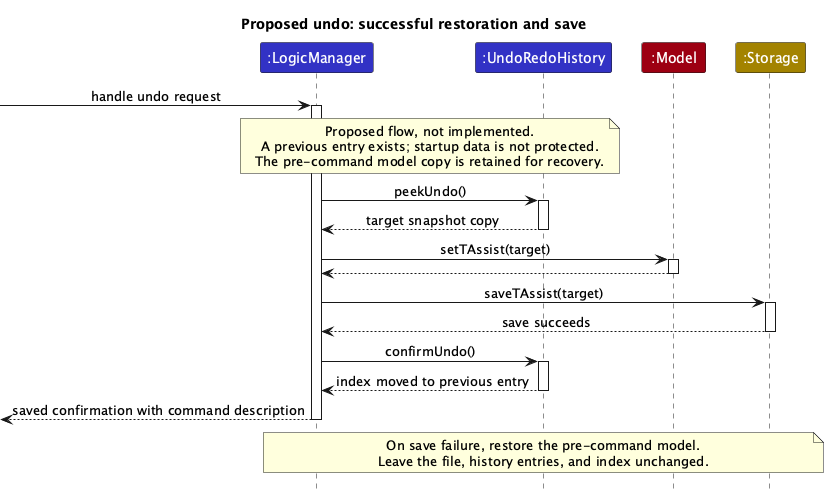
AY2627S1-CS2103T-T12-4/tp keeps this PlantUML diagram as docs/images/UndoSequenceDiagram-Logic.png. Above is the earlier version.
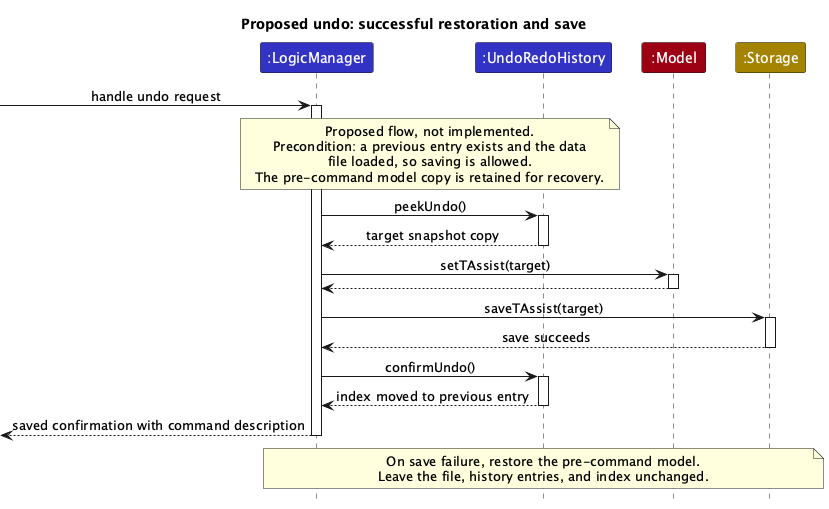
After the commit.

Commit message:
Reword the undo sequence diagram precondition

The note "startup data is not protected" reads as if the proposal
drops the startup protection that the text keeps.

Let's state the precondition instead: a previous entry exists and the
data file loaded, so saving is allowed.

Diff of the diagram source:
```diff
@@ -12,7 +12,8 @@
 activate LogicManager
 note over LogicManager, History
   Proposed flow, not implemented.
-  A previous entry exists; startup data is not protected.
+  Precondition: a previous entry exists and the data
+  file loaded, so saving is allowed.
   The pre-command model copy is retained for recovery.
 end note
 
```
